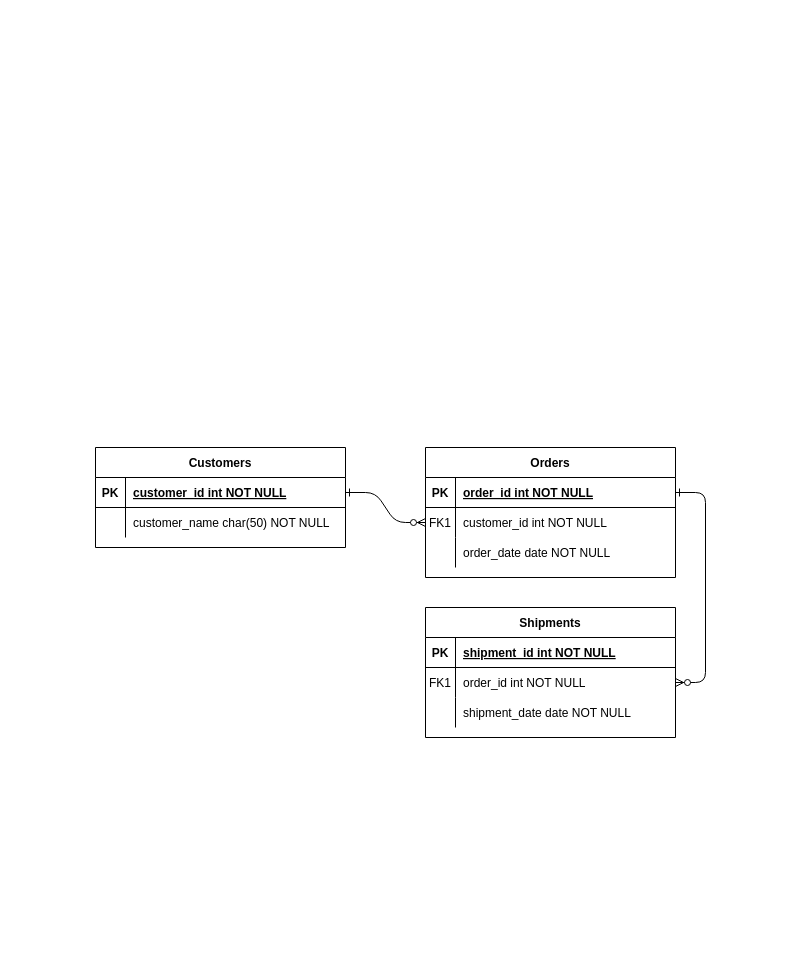
jsfrau/Zamay keeps this draw.io diagram as KPP ER.drawio. Above is the earlier version. Source tidied: cells renumbered, new cells numbered last; positions are measured from the earlier drawing's top-left corner, leaving out a move shared by most shapes. Both pictures are drawn from the tidied source at 100%, with x=0, y=0 at pixel (95, 447).
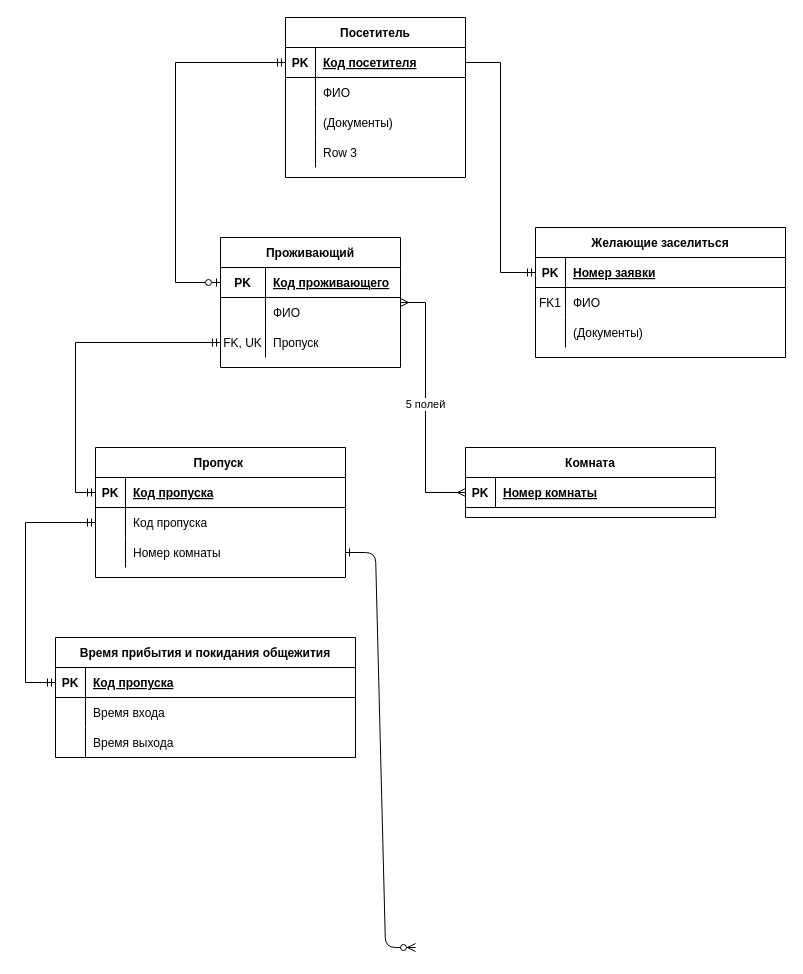
The same diagram, later.

Unchanged cells that the change refers to:
```xml
<mxCell id="5" style="shape=partialRectangle;fillColor=none;points=[[0,0.5],[1,0.5]];portConstraint=eastwest;top=0;left=0;right=0;bottom=1;" parent="4" vertex="1">
  <mxGeometry y="30" width="250" height="30" as="geometry" />
</mxCell>
<mxCell id="15" style="shape=partialRectangle;fillColor=none;points=[[0,0.5],[1,0.5]];portConstraint=eastwest;top=0;left=0;right=0;bottom=1;" parent="14" vertex="1">
  <mxGeometry y="30" width="250" height="30" as="geometry" />
</mxCell>
<mxCell id="18" style="shape=partialRectangle;fillColor=none;points=[[0,0.5],[1,0.5]];portConstraint=eastwest;top=0;left=0;right=0;bottom=0;" parent="14" vertex="1">
  <mxGeometry y="60" width="250" height="30" as="geometry" />
</mxCell>
<mxCell id="21" style="shape=partialRectangle;fillColor=none;top=0;left=0;right=0;bottom=0;" parent="14" vertex="1">
  <mxGeometry y="90" width="250" height="30" as="geometry" />
</mxCell>
<mxCell id="25" style="shape=partialRectangle;fillColor=none;points=[[0,0.5],[1,0.5]];portConstraint=eastwest;top=0;left=0;right=0;bottom=1;" parent="24" vertex="1">
  <mxGeometry y="30" width="250" height="30" as="geometry" />
</mxCell>
<mxCell id="28" style="shape=partialRectangle;fillColor=none;points=[[0,0.5],[1,0.5]];portConstraint=eastwest;top=0;left=0;right=0;bottom=0;" parent="24" vertex="1">
  <mxGeometry y="60" width="250" height="30" as="geometry" />
</mxCell>
```

The edit, as a diff of the source:
```diff
@@
-    <mxCell id="2" style="edgeStyle=entityRelationEdgeStyle;endArrow=ERzeroToMany;startArrow=ERone;endFill=1;startFill=0;" parent="1" edge="1" source="25" target="8">
-      <mxGeometry relative="1" as="geometry" />
+    <mxCell id="2" style="edgeStyle=entityRelationEdgeStyle;endArrow=ERzeroToMany;startArrow=ERone;endFill=1;startFill=0;entryX=0;entryY=0.5;entryDx=0;entryDy=0;" parent="1" edge="1" source="11">
+      <mxGeometry relative="1" as="geometry">
+        <mxPoint x="320" y="500" as="targetPoint" />
+      </mxGeometry>
     </mxCell>
-    <mxCell id="3" style="edgeStyle=entityRelationEdgeStyle;endArrow=ERzeroToMany;startArrow=ERone;endFill=1;startFill=0;" parent="1" edge="1" source="5" target="18">
-      <mxGeometry relative="1" as="geometry" />
-    </mxCell>
-    <mxCell id="4" value="Orders" style="shape=table;startSize=30;childLayout=tableLayout;rowLines=0;fontStyle=1;align=center;" parent="1" vertex="1">
-      <mxGeometry x="330" width="250" height="130" as="geometry" />
+    <mxCell id="4" value="Комната" style="shape=table;startSize=30;childLayout=tableLayout;rowLines=0;fontStyle=1;align=center;" parent="1" vertex="1">
+      <mxGeometry x="370" width="250" height="70" as="geometry" />
     </mxCell>
@@
-    <mxCell id="7" value="order_id int NOT NULL " style="shape=partialRectangle;overflow=hidden;fillColor=none;top=0;left=0;bottom=0;right=0;align=left;spacingLeft=6;fontStyle=5;" parent="5" vertex="1">
+    <mxCell id="7" value="Номер комнаты" style="shape=partialRectangle;overflow=hidden;fillColor=none;top=0;left=0;bottom=0;right=0;align=left;spacingLeft=6;fontStyle=5;" parent="5" vertex="1">
       <mxGeometry x="30" width="220" height="30" as="geometry" />
     </mxCell>
-    <mxCell id="8" style="shape=partialRectangle;fillColor=none;points=[[0,0.5],[1,0.5]];portConstraint=eastwest;top=0;left=0;right=0;bottom=0;" parent="4" vertex="1">
-      <mxGeometry y="60" width="250" height="30" as="geometry" />
-    </mxCell>
-    <mxCell id="9" value="FK1" style="shape=partialRectangle;overflow=hidden;fillColor=none;top=0;left=0;bottom=0;right=0;" parent="8" vertex="1">
-      <mxGeometry width="30" height="30" as="geometry" />
-    </mxCell>
-    <mxCell id="10" value="customer_id int NOT NULL" style="shape=partialRectangle;overflow=hidden;fillColor=none;top=0;left=0;bottom=0;right=0;align=left;spacingLeft=6;" parent="8" vertex="1">
-      <mxGeometry x="30" width="220" height="30" as="geometry" />
-    </mxCell>
-    <mxCell id="11" style="shape=partialRectangle;fillColor=none;points=[[0,0.5],[1,0.5]];portConstraint=eastwest;top=0;left=0;right=0;bottom=0;" parent="4" vertex="1">
-      <mxGeometry y="90" width="250" height="30" as="geometry" />
-    </mxCell>
-    <mxCell id="12" style="shape=partialRectangle;overflow=hidden;fillColor=none;top=0;left=0;bottom=0;right=0;" parent="11" vertex="1">
-      <mxGeometry width="30" height="30" as="geometry" />
-    </mxCell>
-    <mxCell id="13" value="order_date date NOT NULL" style="shape=partialRectangle;overflow=hidden;fillColor=none;top=0;left=0;bottom=0;right=0;align=left;spacingLeft=6;" parent="11" vertex="1">
-      <mxGeometry x="30" width="220" height="30" as="geometry" />
-    </mxCell>
-    <mxCell id="14" value="Shipments" style="shape=table;startSize=30;childLayout=tableLayout;rowLines=0;fontStyle=1;align=center;" parent="1" vertex="1">
-      <mxGeometry x="330" y="160" width="250" height="130" as="geometry" />
+    <mxCell id="14" value="Желающие заселиться" style="shape=table;startSize=30;childLayout=tableLayout;rowLines=0;fontStyle=1;align=center;" parent="1" vertex="1">
+      <mxGeometry x="440" y="-220" width="250" height="130" as="geometry" />
     </mxCell>
@@
-    <mxCell id="17" value="shipment_id int NOT NULL " style="shape=partialRectangle;overflow=hidden;fillColor=none;top=0;left=0;bottom=0;right=0;align=left;spacingLeft=6;fontStyle=5;" parent="15" vertex="1">
+    <mxCell id="17" value="Номер заявки" style="shape=partialRectangle;overflow=hidden;fillColor=none;top=0;left=0;bottom=0;right=0;align=left;spacingLeft=6;fontStyle=5;" parent="15" vertex="1">
       <mxGeometry x="30" width="220" height="30" as="geometry" />
     </mxCell>
@@
-    <mxCell id="20" value="order_id int NOT NULL" style="shape=partialRectangle;overflow=hidden;fillColor=none;top=0;left=0;bottom=0;right=0;align=left;spacingLeft=6;" parent="18" vertex="1">
+    <mxCell id="20" value="ФИО" style="shape=partialRectangle;overflow=hidden;fillColor=none;top=0;left=0;bottom=0;right=0;align=left;spacingLeft=6;" parent="18" vertex="1">
       <mxGeometry x="30" width="220" height="30" as="geometry" />
     </mxCell>
@@
-    <mxCell id="23" value="shipment_date date NOT NULL" style="shape=partialRectangle;overflow=hidden;fillColor=none;top=0;left=0;bottom=0;right=0;align=left;spacingLeft=6;" parent="21" vertex="1">
+    <mxCell id="23" value="(Документы)" style="shape=partialRectangle;overflow=hidden;fillColor=none;top=0;left=0;bottom=0;right=0;align=left;spacingLeft=6;" parent="21" vertex="1">
       <mxGeometry x="30" width="220" height="30" as="geometry" />
     </mxCell>
-    <mxCell id="24" value="Customers" style="shape=table;startSize=30;childLayout=tableLayout;rowLines=0;fontStyle=1;align=center;" parent="1" vertex="1">
-      <mxGeometry width="250" height="100" as="geometry" />
+    <mxCell id="24" value="Пропуск " style="shape=table;startSize=30;childLayout=tableLayout;rowLines=0;fontStyle=1;align=center;" parent="1" vertex="1">
+      <mxGeometry width="250" height="130" as="geometry" />
     </mxCell>
@@
-    <mxCell id="27" value="customer_id int NOT NULL " style="shape=partialRectangle;overflow=hidden;fillColor=none;top=0;left=0;bottom=0;right=0;align=left;spacingLeft=6;fontStyle=5;" parent="25" vertex="1">
+    <mxCell id="27" value="Код пропуска" style="shape=partialRectangle;overflow=hidden;fillColor=none;top=0;left=0;bottom=0;right=0;align=left;spacingLeft=6;fontStyle=5;" parent="25" vertex="1">
       <mxGeometry x="30" width="220" height="30" as="geometry" />
     </mxCell>
@@
-    <mxCell id="30" value="customer_name char(50) NOT NULL" style="shape=partialRectangle;overflow=hidden;fillColor=none;top=0;left=0;bottom=0;right=0;align=left;spacingLeft=6;" parent="28" vertex="1">
+    <mxCell id="30" value="Код пропуска" style="shape=partialRectangle;overflow=hidden;fillColor=none;top=0;left=0;bottom=0;right=0;align=left;spacingLeft=6;" parent="28" vertex="1">
       <mxGeometry x="30" width="220" height="30" as="geometry" />
     </mxCell>
+    <mxCell id="11" style="shape=partialRectangle;fillColor=none;points=[[0,0.5],[1,0.5]];portConstraint=eastwest;top=0;left=0;right=0;bottom=0;" parent="24" vertex="1">
+      <mxGeometry y="90" width="250" height="30" as="geometry" />
+    </mxCell>
+    <mxCell id="12" style="shape=partialRectangle;overflow=hidden;fillColor=none;top=0;left=0;bottom=0;right=0;" parent="11" vertex="1">
+      <mxGeometry width="30" height="30" as="geometry" />
+    </mxCell>
+    <mxCell id="31" value="Номер комнаты" style="shape=partialRectangle;overflow=hidden;fillColor=none;top=0;left=0;bottom=0;right=0;align=left;spacingLeft=6;" parent="11" vertex="1">
+      <mxGeometry x="30" width="220" height="30" as="geometry" />
+    </mxCell>
+    <mxCell id="32" value="Время прибытия и покидания общежития" style="shape=table;startSize=30;childLayout=tableLayout;rowLines=0;fontStyle=1;align=center;" parent="1" vertex="1">
+      <mxGeometry x="-40" y="190" width="300" height="120" as="geometry" />
+    </mxCell>
+    <mxCell id="33" style="shape=partialRectangle;fillColor=none;top=0;left=0;bottom=1;right=0;points=[[0,0.5],[1,0.5]];portConstraint=eastwest;" parent="32" vertex="1">
+      <mxGeometry y="30" width="300" height="30" as="geometry" />
+    </mxCell>
+    <mxCell id="34" value="PK" style="shape=partialRectangle;fillColor=none;top=0;left=0;bottom=0;right=0;fontStyle=1;overflow=hidden;" parent="33" vertex="1">
+      <mxGeometry width="30" height="30" as="geometry" />
+    </mxCell>
+    <mxCell id="35" value="Код пропуска" style="shape=partialRectangle;fillColor=none;top=0;left=0;bottom=0;right=0;align=left;spacingLeft=6;fontStyle=5;overflow=hidden;" parent="33" vertex="1">
+      <mxGeometry x="30" width="270" height="30" as="geometry" />
+    </mxCell>
+    <mxCell id="36" style="shape=partialRectangle;fillColor=none;top=0;left=0;bottom=0;right=0;" parent="32" vertex="1">
+      <mxGeometry y="60" width="300" height="30" as="geometry" />
+    </mxCell>
+    <mxCell id="37" style="shape=partialRectangle;fillColor=none;top=0;left=0;bottom=0;right=0;overflow=hidden;" parent="36" vertex="1">
+      <mxGeometry width="30" height="30" as="geometry" />
+    </mxCell>
+    <mxCell id="38" value="Время входа" style="shape=partialRectangle;fillColor=none;top=0;left=0;bottom=0;right=0;align=left;spacingLeft=6;overflow=hidden;" parent="36" vertex="1">
+      <mxGeometry x="30" width="270" height="30" as="geometry" />
+    </mxCell>
+    <mxCell id="39" style="shape=partialRectangle;fillColor=none;top=0;left=0;bottom=0;right=0;" parent="32" vertex="1">
+      <mxGeometry y="90" width="300" height="30" as="geometry" />
+    </mxCell>
+    <mxCell id="40" style="shape=partialRectangle;fillColor=none;top=0;left=0;bottom=0;right=0;overflow=hidden;" parent="39" vertex="1">
+      <mxGeometry width="30" height="30" as="geometry" />
+    </mxCell>
+    <mxCell id="41" value="Время выхода" style="shape=partialRectangle;fillColor=none;top=0;left=0;bottom=0;right=0;align=left;spacingLeft=6;overflow=hidden;" parent="39" vertex="1">
+      <mxGeometry x="30" width="270" height="30" as="geometry" />
+    </mxCell>
+    <mxCell id="42" value="Проживающий" style="shape=table;startSize=30;childLayout=tableLayout;rowLines=0;fontStyle=1;align=center;" parent="1" vertex="1">
+      <mxGeometry x="125" y="-210" width="180" height="130" as="geometry" />
+    </mxCell>
+    <mxCell id="43" style="shape=partialRectangle;fillColor=none;top=0;left=0;bottom=1;right=0;points=[[0,0.5],[1,0.5]];portConstraint=eastwest;" parent="42" vertex="1">
+      <mxGeometry y="30" width="180" height="30" as="geometry" />
+    </mxCell>
+    <mxCell id="44" value="PK" style="shape=partialRectangle;fillColor=none;top=0;left=0;bottom=0;right=0;fontStyle=1;overflow=hidden;" parent="43" vertex="1">
+      <mxGeometry width="45" height="30" as="geometry" />
+    </mxCell>
+    <mxCell id="45" value="Код проживающего" style="shape=partialRectangle;fillColor=none;top=0;left=0;bottom=0;right=0;align=left;spacingLeft=6;fontStyle=5;overflow=hidden;" parent="43" vertex="1">
+      <mxGeometry x="45" width="135" height="30" as="geometry" />
+    </mxCell>
+    <mxCell id="46" style="shape=partialRectangle;fillColor=none;top=0;left=0;bottom=0;right=0;" parent="42" vertex="1">
+      <mxGeometry y="60" width="180" height="30" as="geometry" />
+    </mxCell>
+    <mxCell id="47" style="shape=partialRectangle;fillColor=none;top=0;left=0;bottom=0;right=0;overflow=hidden;" parent="46" vertex="1">
+      <mxGeometry width="45" height="30" as="geometry" />
+    </mxCell>
+    <mxCell id="48" value="ФИО" style="shape=partialRectangle;fillColor=none;top=0;left=0;bottom=0;right=0;align=left;spacingLeft=6;overflow=hidden;" parent="46" vertex="1">
+      <mxGeometry x="45" width="135" height="30" as="geometry" />
+    </mxCell>
+    <mxCell id="49" style="shape=partialRectangle;fillColor=none;top=0;left=0;bottom=0;right=0;points=[[0,0.5],[1,0.5]];portConstraint=eastwest;" parent="42" vertex="1">
+      <mxGeometry y="90" width="180" height="30" as="geometry" />
+    </mxCell>
+    <mxCell id="50" value="FK, UK" style="shape=partialRectangle;fillColor=none;top=0;left=0;bottom=0;right=0;overflow=hidden;" parent="49" vertex="1">
+      <mxGeometry width="45" height="30" as="geometry" />
+    </mxCell>
+    <mxCell id="51" value="Пропуск" style="shape=partialRectangle;fillColor=none;top=0;left=0;bottom=0;right=0;align=left;spacingLeft=6;overflow=hidden;" parent="49" vertex="1">
+      <mxGeometry x="45" width="135" height="30" as="geometry" />
+    </mxCell>
+    <mxCell id="52" value="5 полей" style="edgeStyle=orthogonalEdgeStyle;rounded=0;jettySize=auto;html=1;startArrow=ERmany;startFill=0;endArrow=ERmany;endFill=0;" parent="1" edge="1" source="5" target="42">
+      <mxGeometry relative="1" as="geometry">
+        <Array as="points">
+          <mxPoint x="330" y="-145" />
+        </Array>
+      </mxGeometry>
+    </mxCell>
+    <mxCell id="53" style="edgeStyle=orthogonalEdgeStyle;rounded=0;jettySize=auto;html=1;entryX=0;entryY=0.5;entryDx=0;entryDy=0;startArrow=ERmandOne;startFill=0;endArrow=ERmandOne;endFill=0;exitX=0;exitY=0.5;exitDx=0;exitDy=0;" parent="1" edge="1" source="49" target="25">
+      <mxGeometry relative="1" as="geometry" />
+    </mxCell>
+    <mxCell id="54" style="edgeStyle=orthogonalEdgeStyle;rounded=0;jettySize=auto;html=1;exitX=0;exitY=0.5;exitDx=0;exitDy=0;startArrow=ERmandOne;startFill=0;endArrow=ERmandOne;endFill=0;" parent="1" edge="1" source="28" target="33">
+      <mxGeometry relative="1" as="geometry">
+        <Array as="points">
+          <mxPoint x="-70" y="75" />
+          <mxPoint x="-70" y="235" />
+        </Array>
+      </mxGeometry>
+    </mxCell>
+    <mxCell id="55" value="Посетитель" style="shape=table;startSize=30;childLayout=tableLayout;rowLines=0;fontStyle=1;align=center;" parent="1" vertex="1">
+      <mxGeometry x="190" y="-430" width="180" height="160" as="geometry" />
+    </mxCell>
+    <mxCell id="56" style="shape=partialRectangle;fillColor=none;top=0;left=0;bottom=1;right=0;points=[[0,0.5],[1,0.5]];portConstraint=eastwest;" parent="55" vertex="1">
+      <mxGeometry y="30" width="180" height="30" as="geometry" />
+    </mxCell>
+    <mxCell id="57" value="PK" style="shape=partialRectangle;fillColor=none;top=0;left=0;bottom=0;right=0;fontStyle=1;overflow=hidden;" parent="56" vertex="1">
+      <mxGeometry width="30" height="30" as="geometry" />
+    </mxCell>
+    <mxCell id="58" value="Код посетителя" style="shape=partialRectangle;fillColor=none;top=0;left=0;bottom=0;right=0;align=left;spacingLeft=6;fontStyle=5;overflow=hidden;" parent="56" vertex="1">
+      <mxGeometry x="30" width="150" height="30" as="geometry" />
+    </mxCell>
+    <mxCell id="59" style="shape=partialRectangle;fillColor=none;top=0;left=0;bottom=0;right=0;" parent="55" vertex="1">
+      <mxGeometry y="60" width="180" height="30" as="geometry" />
+    </mxCell>
+    <mxCell id="60" style="shape=partialRectangle;fillColor=none;top=0;left=0;bottom=0;right=0;overflow=hidden;" parent="59" vertex="1">
+      <mxGeometry width="30" height="30" as="geometry" />
+    </mxCell>
+    <mxCell id="61" value="ФИО" style="shape=partialRectangle;fillColor=none;top=0;left=0;bottom=0;right=0;align=left;spacingLeft=6;overflow=hidden;" parent="59" vertex="1">
+      <mxGeometry x="30" width="150" height="30" as="geometry" />
+    </mxCell>
+    <mxCell id="62" style="shape=partialRectangle;fillColor=none;top=0;left=0;bottom=0;right=0;" parent="55" vertex="1">
+      <mxGeometry y="90" width="180" height="30" as="geometry" />
+    </mxCell>
+    <mxCell id="63" style="shape=partialRectangle;fillColor=none;top=0;left=0;bottom=0;right=0;overflow=hidden;" parent="62" vertex="1">
+      <mxGeometry width="30" height="30" as="geometry" />
+    </mxCell>
+    <mxCell id="64" value="(Документы)" style="shape=partialRectangle;fillColor=none;top=0;left=0;bottom=0;right=0;align=left;spacingLeft=6;overflow=hidden;" parent="62" vertex="1">
+      <mxGeometry x="30" width="150" height="30" as="geometry" />
+    </mxCell>
+    <mxCell id="65" style="shape=partialRectangle;fillColor=none;top=0;left=0;bottom=0;right=0;" parent="55" vertex="1">
+      <mxGeometry y="120" width="180" height="30" as="geometry" />
+    </mxCell>
+    <mxCell id="66" style="shape=partialRectangle;fillColor=none;top=0;left=0;bottom=0;right=0;overflow=hidden;" parent="65" vertex="1">
+      <mxGeometry width="30" height="30" as="geometry" />
+    </mxCell>
+    <mxCell id="67" value="Row 3" style="shape=partialRectangle;fillColor=none;top=0;left=0;bottom=0;right=0;align=left;spacingLeft=6;overflow=hidden;" parent="65" vertex="1">
+      <mxGeometry x="30" width="150" height="30" as="geometry" />
+    </mxCell>
+    <mxCell id="68" style="edgeStyle=orthogonalEdgeStyle;rounded=0;jettySize=auto;html=1;exitX=0;exitY=0.5;exitDx=0;exitDy=0;entryX=0;entryY=0.5;entryDx=0;entryDy=0;startArrow=ERmandOne;startFill=0;endArrow=ERzeroToOne;endFill=0;" parent="1" edge="1" source="56" target="43">
+      <mxGeometry relative="1" as="geometry">
+        <Array as="points">
+          <mxPoint x="80" y="-385" />
+          <mxPoint x="80" y="-165" />
+        </Array>
+      </mxGeometry>
+    </mxCell>
+    <mxCell id="69" style="edgeStyle=orthogonalEdgeStyle;rounded=0;jettySize=auto;html=1;exitX=1;exitY=0.5;exitDx=0;exitDy=0;endArrow=ERmandOne;endFill=0;" parent="1" edge="1" source="56" target="15">
+      <mxGeometry relative="1" as="geometry">
+        <Array as="points">
+          <mxPoint x="405" y="-385" />
+          <mxPoint x="405" y="-175" />
+        </Array>
+      </mxGeometry>
+    </mxCell>
```
